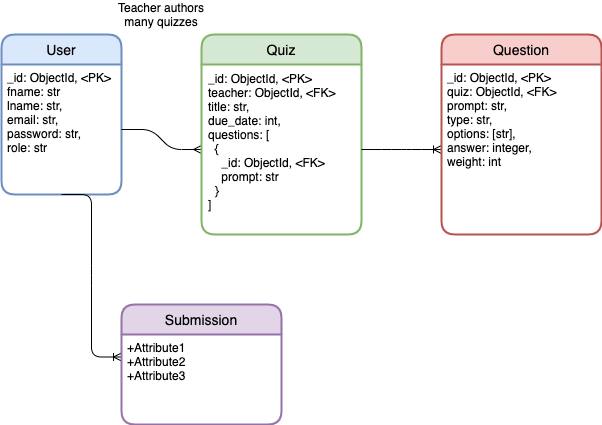
Above: Quiz-App.png in thisisharrison/quiz-app (draw.io), before the change. Source tidied: cells renumbered, new cells last; positions are measured from the earlier drawing's top-left corner, leaving out a move shared by most shapes.
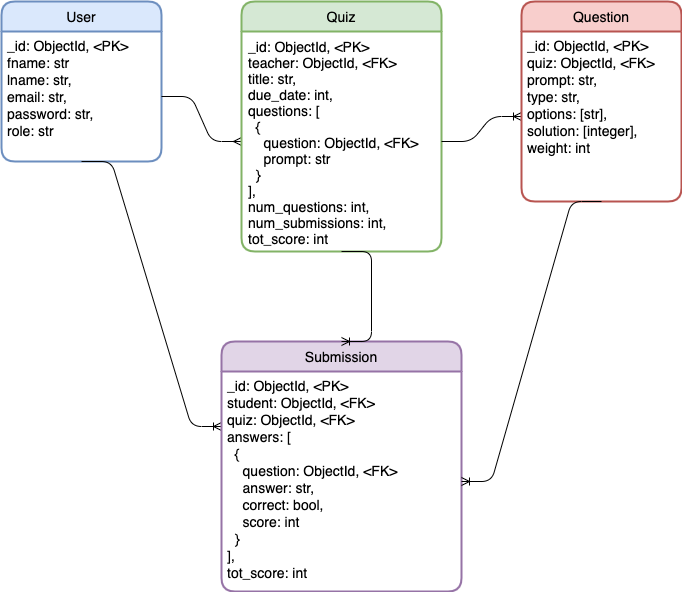
After the commit.

What changed in the source:
```diff
@@ -3,40 +3,43 @@
     <mxCell id="0" />
     <mxCell id="1" parent="0" />
     <mxCell id="2" value="User" style="swimlane;horizontal=1;startSize=30;rounded=1;fontSize=14;fontStyle=0;strokeWidth=2;shadow=0;dashed=0;align=center;fillColor=#dae8fc;strokeColor=#6c8ebf;" parent="1" vertex="1">
-      <mxGeometry y="30" width="120" height="160" as="geometry" />
+      <mxGeometry x="-40" y="30" width="160" height="160" as="geometry" />
     </mxCell>
-    <mxCell id="3" value="_id: ObjectId, &lt;PK&gt;&#10;fname: str&#10;lname: str,&#10;email: str,&#10;password: str,&#10;role: str" style="align=left;strokeColor=none;fillColor=none;spacingLeft=4;fontSize=12;verticalAlign=top;spacingBottom=1;" parent="2" vertex="1">
-      <mxGeometry y="30" width="120" height="130" as="geometry" />
+    <mxCell id="3" value="_id: ObjectId, &lt;PK&gt;&#10;fname: str&#10;lname: str,&#10;email: str,&#10;password: str,&#10;role: str" style="align=left;strokeColor=none;fillColor=none;spacingLeft=4;fontSize=14;verticalAlign=top;spacingBottom=1;" parent="2" vertex="1">
+      <mxGeometry y="30" width="160" height="130" as="geometry" />
     </mxCell>
-    <mxCell id="4" style="edgeStyle=entityRelationEdgeStyle;fontSize=12;html=1;endArrow=ERmany;exitX=1;exitY=0.5;exitDx=0;exitDy=0;entryX=0;entryY=0.5;entryDx=0;entryDy=0;" parent="1" edge="1" source="3" target="6">
+    <mxCell id="4" style="edgeStyle=entityRelationEdgeStyle;fontSize=14;html=1;endArrow=ERmany;exitX=1;exitY=0.5;exitDx=0;exitDy=0;entryX=0;entryY=0.5;entryDx=0;entryDy=0;" parent="1" edge="1" source="3" target="6">
       <mxGeometry relative="1" as="geometry" />
     </mxCell>
     <mxCell id="5" value="Quiz" style="swimlane;horizontal=1;startSize=30;rounded=1;fontSize=14;fontStyle=0;strokeWidth=2;shadow=0;dashed=0;align=center;fillColor=#d5e8d4;strokeColor=#82b366;" parent="1" vertex="1">
-      <mxGeometry x="200" y="30" width="160" height="200" as="geometry" />
+      <mxGeometry x="200" y="30" width="200" height="250" as="geometry" />
     </mxCell>
-    <mxCell id="6" value="_id: ObjectId, &lt;PK&gt; &#10;teacher: ObjectId, &lt;FK&gt;&#10;title: str,&#10;due_date: int,&#10;questions: [&#10;  {&#10;    _id: ObjectId, &lt;FK&gt;&#10;    prompt: str&#10;  }&#10;]" style="align=left;strokeColor=none;fillColor=none;spacingLeft=4;fontSize=12;verticalAlign=top;spacing=3;" parent="5" vertex="1">
-      <mxGeometry y="30" width="160" height="170" as="geometry" />
+    <mxCell id="6" value="_id: ObjectId, &amp;lt;PK&amp;gt;&amp;nbsp;&lt;br style=&quot;font-size: 14px&quot;&gt;teacher: ObjectId, &amp;lt;FK&amp;gt;&lt;br style=&quot;font-size: 14px&quot;&gt;title: str,&lt;br style=&quot;font-size: 14px&quot;&gt;due_date: int,&lt;br style=&quot;font-size: 14px&quot;&gt;questions: [&lt;br style=&quot;font-size: 14px&quot;&gt;&amp;nbsp; {&lt;br style=&quot;font-size: 14px&quot;&gt;&amp;nbsp; &amp;nbsp; question: ObjectId, &amp;lt;FK&amp;gt;&lt;br style=&quot;font-size: 14px&quot;&gt;&amp;nbsp; &amp;nbsp; prompt: str&lt;br style=&quot;font-size: 14px&quot;&gt;&amp;nbsp; }&lt;br style=&quot;font-size: 14px&quot;&gt;],&lt;br style=&quot;font-size: 14px&quot;&gt;num_questions: int,&lt;br&gt;num_submissions: int,&lt;br style=&quot;font-size: 14px&quot;&gt;tot_score: int" style="align=left;strokeColor=none;fillColor=none;spacingLeft=4;fontSize=14;verticalAlign=top;spacing=3;html=1;" parent="5" vertex="1">
+      <mxGeometry y="30" width="200" height="220" as="geometry" />
     </mxCell>
-    <mxCell id="7" value="Teacher authors many quizzes" style="text;html=1;strokeColor=none;fillColor=none;align=center;verticalAlign=middle;whiteSpace=wrap;rounded=0;fontFamily=Helvetica;" parent="1" vertex="1">
-      <mxGeometry x="100" width="120" height="20" as="geometry" />
-    </mxCell>
-    <mxCell id="8" style="edgeStyle=entityRelationEdgeStyle;fontSize=12;html=1;endArrow=ERoneToMany;fontFamily=Helvetica;exitX=1;exitY=0.5;exitDx=0;exitDy=0;entryX=0;entryY=0.5;entryDx=0;entryDy=0;" parent="1" edge="1" source="6" target="10">
+    <mxCell id="8" style="edgeStyle=entityRelationEdgeStyle;fontSize=14;html=1;endArrow=ERoneToMany;fontFamily=Helvetica;exitX=1;exitY=0.5;exitDx=0;exitDy=0;entryX=0;entryY=0.5;entryDx=0;entryDy=0;" parent="1" edge="1" source="6" target="10">
       <mxGeometry relative="1" as="geometry" />
     </mxCell>
     <mxCell id="9" value="Question" style="swimlane;horizontal=1;startSize=30;rounded=1;fontSize=14;fontStyle=0;strokeWidth=2;shadow=0;dashed=0;align=center;fontFamily=Helvetica;fillColor=#f8cecc;strokeColor=#b85450;" parent="1" vertex="1">
-      <mxGeometry x="440" y="30" width="160" height="200" as="geometry" />
+      <mxGeometry x="480" y="30" width="160" height="200" as="geometry" />
     </mxCell>
-    <mxCell id="10" value="_id: ObjectId, &lt;PK&gt;&#10;quiz: ObjectId, &lt;FK&gt;&#10;prompt: str,&#10;type: str,&#10;options: [str],&#10;answer: integer,&#10;weight: int" style="align=left;strokeColor=none;fillColor=none;spacingLeft=4;fontSize=12;verticalAlign=top;" parent="9" vertex="1">
+    <mxCell id="10" value="_id: ObjectId, &lt;PK&gt;&#10;quiz: ObjectId, &lt;FK&gt;&#10;prompt: str,&#10;type: str,&#10;options: [str],&#10;solution: [integer],&#10;weight: int" style="align=left;strokeColor=none;fillColor=none;spacingLeft=4;fontSize=14;verticalAlign=top;" parent="9" vertex="1">
       <mxGeometry y="30" width="160" height="170" as="geometry" />
     </mxCell>
-    <mxCell id="11" style="edgeStyle=entityRelationEdgeStyle;fontSize=12;html=1;endArrow=ERoneToMany;fontFamily=Helvetica;exitX=0.5;exitY=1;exitDx=0;exitDy=0;entryX=0;entryY=0.25;entryDx=0;entryDy=0;" parent="1" edge="1" source="3" target="13">
+    <mxCell id="11" style="edgeStyle=entityRelationEdgeStyle;fontSize=14;html=1;endArrow=ERoneToMany;fontFamily=Helvetica;exitX=0.5;exitY=1;exitDx=0;exitDy=0;entryX=0;entryY=0.25;entryDx=0;entryDy=0;" parent="1" edge="1" source="3" target="13">
       <mxGeometry relative="1" as="geometry" />
     </mxCell>
     <mxCell id="12" value="Submission" style="swimlane;horizontal=1;startSize=30;rounded=1;fontSize=14;fontStyle=0;strokeWidth=2;shadow=0;dashed=0;align=center;fontFamily=Helvetica;fillColor=#e1d5e7;strokeColor=#9673a6;" parent="1" vertex="1">
-      <mxGeometry x="120" y="300" width="160" height="120" as="geometry" />
+      <mxGeometry x="180" y="370" width="240" height="250" as="geometry" />
     </mxCell>
-    <mxCell id="13" value="+Attribute1&#10;+Attribute2&#10;+Attribute3" style="align=left;strokeColor=none;fillColor=none;spacingLeft=4;fontSize=12;verticalAlign=top;" parent="12" vertex="1">
-      <mxGeometry y="30" width="160" height="90" as="geometry" />
+    <mxCell id="13" value="_id: ObjectId, &lt;PK&gt;&#10;student: ObjectId, &lt;FK&gt;&#10;quiz: ObjectId, &lt;FK&gt;&#10;answers: [&#10;  {&#10;    question: ObjectId, &lt;FK&gt;&#10;    answer: str,&#10;    correct: bool,&#10;    score: int&#10;  }&#10;],&#10;tot_score: int" style="align=left;strokeColor=none;fillColor=none;spacingLeft=4;fontSize=14;verticalAlign=top;" parent="12" vertex="1">
+      <mxGeometry y="30" width="240" height="220" as="geometry" />
     </mxCell>
+    <mxCell id="14" style="edgeStyle=entityRelationEdgeStyle;fontSize=12;html=1;endArrow=ERoneToMany;fontColor=#000000;exitX=0.5;exitY=1;exitDx=0;exitDy=0;" parent="1" edge="1" source="10" target="13">
+      <mxGeometry relative="1" as="geometry" />
+    </mxCell>
+    <mxCell id="15" style="edgeStyle=entityRelationEdgeStyle;fontSize=12;html=1;endArrow=ERoneToMany;fontColor=#000000;exitX=0.5;exitY=1;exitDx=0;exitDy=0;entryX=0.5;entryY=0;entryDx=0;entryDy=0;" parent="1" edge="1" source="6" target="12">
+      <mxGeometry relative="1" as="geometry" />
+    </mxCell>
   </root>
 </mxGraphModel>
```
